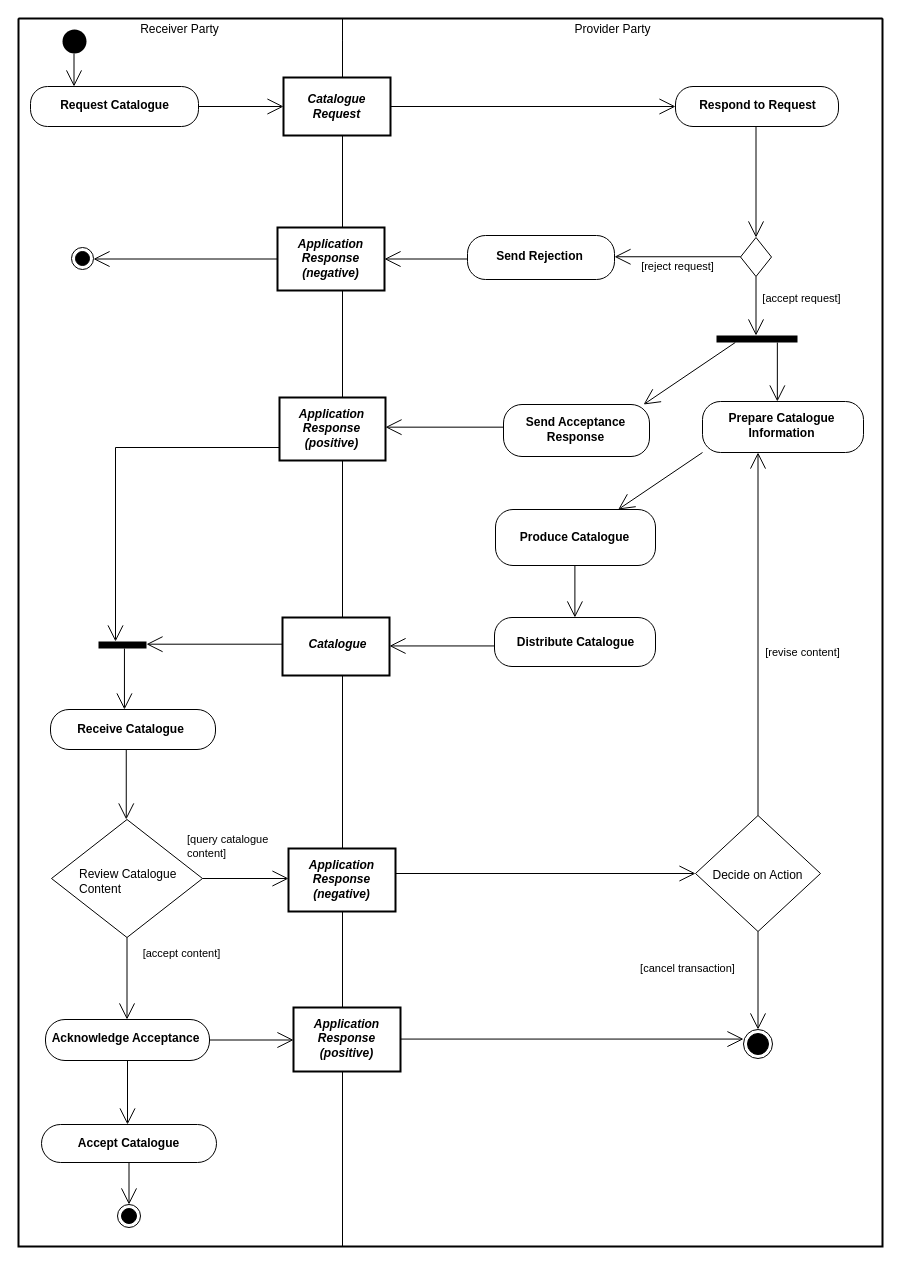
Above: diagrams/UBL-2.0-CreateCatalogueProcess/UBL-2.0-CreateCatalogueProcess.drawio in kduvekot/ubl-work-on-svg-images (draw.io), before the change. Source tidied: cells renumbered, new cells numbered last; positions are measured from the earlier drawing's top-left corner, leaving out a move shared by most shapes. Both pictures are drawn from the tidied source at 100%, with x=0, y=0 at pixel (18, 18).
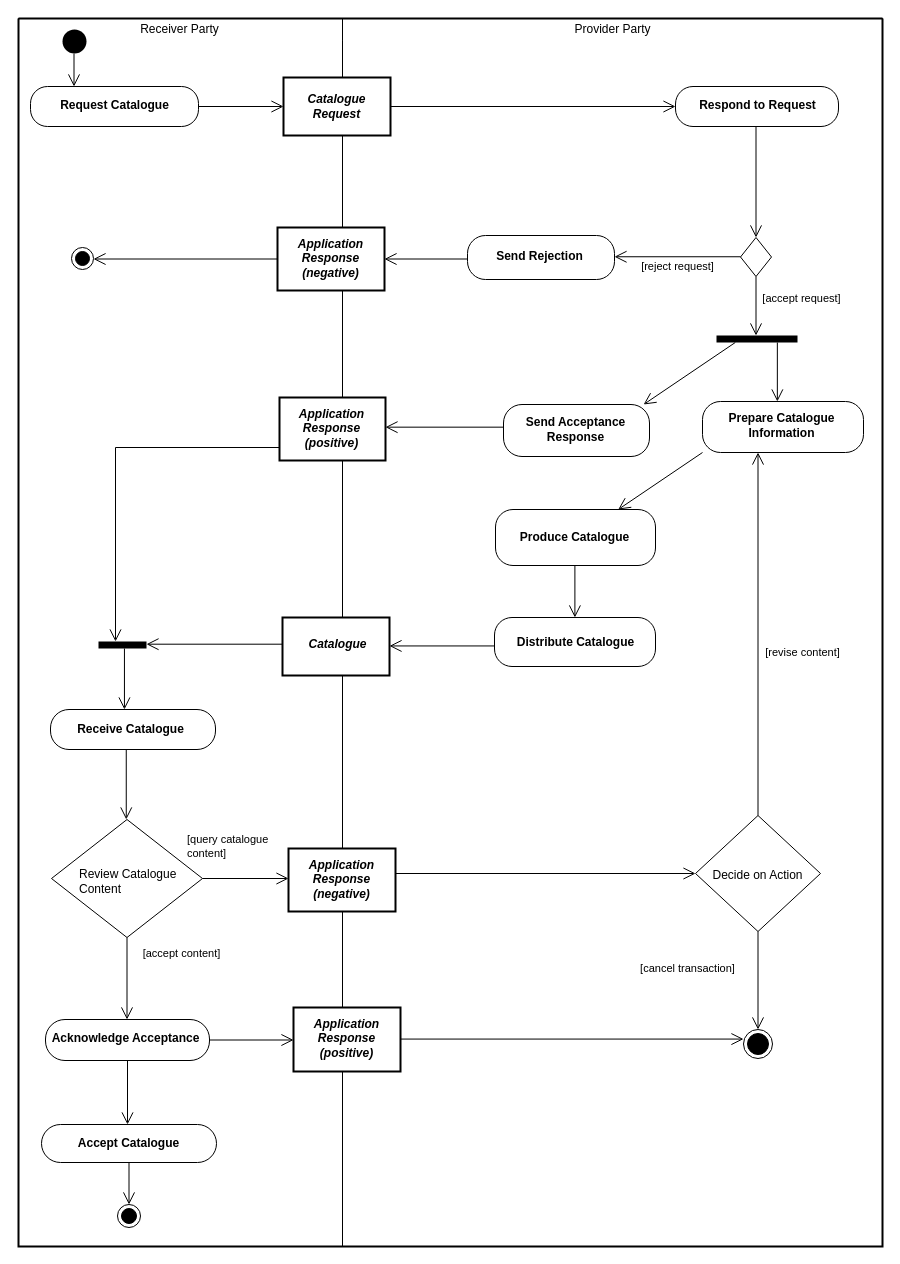
The same diagram, later.

The change refers to these unchanged cells:
```xml
<mxCell id="2" style="swimlane;html=1;startSize=0;whiteSpace=wrap;fillColor=none;strokeWidth=2;" parent="1" vertex="1">
<mxCell id="3" value="Receiver Party" style="swimlane;horizontal=1;startSize=22;swimlaneLine=0;html=1;fillColor=none;fontStyle=0;spacing=0;spacingRight=2;" parent="2" vertex="1">
<mxCell id="4" value="Provider Party" style="swimlane;horizontal=1;startSize=22;swimlaneLine=0;html=1;fillColor=none;fontStyle=0;spacing=0;spacingRight=1;" parent="2" vertex="1">
<mxCell id="5" style="ellipse;shape=startState;fillColor=#000000;strokeColor=none;html=1;" parent="3" vertex="1">
<mxCell id="6" value="Catalogue&lt;br&gt;Request" style="rounded=0;html=1;whiteSpace=nowrap;fontStyle=3;align=center;verticalAlign=middle;spacing=0;spacingRight=1;strokeWidth=2;" parent="4" vertex="1">
<mxCell id="7" value="Request Catalogue" style="rounded=1;absoluteArcSize=1;arcSize=34;html=1;whiteSpace=nowrap;fontStyle=1;align=center;verticalAlign=middle;spacing=0;spacingRight=1;spacingBottom=2;" parent="3" vertex="1">
<mxCell id="8" value="Respond to Request" style="rounded=1;absoluteArcSize=1;arcSize=35;html=1;whiteSpace=nowrap;fontStyle=1;align=center;verticalAlign=middle;spacing=0;spacingBottom=3;" parent="4" vertex="1">
<mxCell id="9" value="Application&lt;br&gt;Response&lt;br&gt;(negative)" style="rounded=0;html=1;whiteSpace=nowrap;fontStyle=3;align=center;verticalAlign=middle;spacing=0;spacingRight=2;spacingBottom=2;strokeWidth=2;" parent="4" vertex="1">
<mxCell id="10" value="Send Rejection" style="rounded=1;absoluteArcSize=1;arcSize=36;html=1;whiteSpace=nowrap;fontStyle=1;align=center;verticalAlign=middle;spacing=0;spacingRight=4;spacingBottom=3;" parent="4" vertex="1">
<mxCell id="11" style="rhombus;html=1;whiteSpace=nowrap;fontStyle=0;align=center;verticalAlign=middle;spacing=0;" parent="4" vertex="1">
<mxCell id="12" style="ellipse;shape=endState;fillColor=#000000;html=1;" parent="3" vertex="1">
<mxCell id="13" style="html=1;points=[[0.2317,1],[0.487654,0],[0.751221,1]];perimeter=orthogonalPerimeter;fillColor=#000000;strokeColor=none;" parent="4" vertex="1">
<mxCell id="14" value="Application&lt;br&gt;Response&lt;br&gt;(positive)" style="rounded=0;html=1;whiteSpace=nowrap;fontStyle=3;align=center;verticalAlign=middle;spacing=0;spacingRight=2;spacingBottom=2;strokeWidth=2;" parent="4" vertex="1">
<mxCell id="15" value="Prepare Catalogue&lt;br&gt;Information" style="rounded=1;absoluteArcSize=1;arcSize=36;html=1;whiteSpace=nowrap;fontStyle=1;align=center;verticalAlign=middle;spacing=0;spacingRight=3;spacingBottom=4;" parent="4" vertex="1">
<mxCell id="16" value="Send Acceptance&lt;br&gt;Response" style="rounded=1;absoluteArcSize=1;arcSize=37;html=1;whiteSpace=nowrap;fontStyle=1;align=center;verticalAlign=middle;spacing=0;spacingRight=3;spacingBottom=3;" parent="4" vertex="1">
<mxCell id="17" value="Produce Catalogue" style="rounded=1;absoluteArcSize=1;arcSize=35;html=1;whiteSpace=nowrap;fontStyle=1;align=center;verticalAlign=middle;spacing=0;spacingRight=2;spacingBottom=1;" parent="4" vertex="1">
<mxCell id="18" value="Distribute Catalogue" style="rounded=1;absoluteArcSize=1;arcSize=35;html=1;whiteSpace=nowrap;fontStyle=1;align=center;verticalAlign=middle;spacing=0;" parent="4" vertex="1">
<mxCell id="19" value="Catalogue" style="rounded=0;html=1;whiteSpace=nowrap;fontStyle=3;align=center;verticalAlign=middle;spacing=0;spacingLeft=3;spacingBottom=5;strokeWidth=2;" parent="4" vertex="1">
<mxCell id="20" style="html=1;points=[[0.354167,0],[0.540344,1],[1,0.3836]];perimeter=orthogonalPerimeter;fillColor=#000000;strokeColor=none;" parent="3" vertex="1">
<mxCell id="21" value="Receive Catalogue" style="rounded=1;absoluteArcSize=1;arcSize=37;html=1;whiteSpace=nowrap;fontStyle=1;align=center;verticalAlign=middle;spacing=0;spacingRight=5;spacingBottom=1;" parent="3" vertex="1">
<mxCell id="22" value="Decide on Action" style="rhombus;html=1;whiteSpace=nowrap;fontStyle=0;align=center;verticalAlign=middle;spacing=0;spacingRight=2;spacingTop=4;" parent="4" vertex="1">
<mxCell id="23" value="Review Catalogue&lt;br&gt;Content" style="rhombus;html=1;whiteSpace=nowrap;fontStyle=0;align=left;verticalAlign=middle;spacing=0;spacingLeft=28;spacingTop=6;" parent="3" vertex="1">
<mxCell id="24" value="Application&lt;br&gt;Response&lt;br&gt;(negative)" style="rounded=0;html=1;whiteSpace=nowrap;fontStyle=3;align=center;verticalAlign=middle;spacing=0;spacingRight=2;spacingBottom=2;strokeWidth=2;" parent="4" vertex="1">
<mxCell id="25" value="Application&lt;br&gt;Response&lt;br&gt;(positive)" style="rounded=0;html=1;whiteSpace=nowrap;fontStyle=3;align=center;verticalAlign=middle;spacing=0;spacingRight=2;spacingBottom=2;strokeWidth=2;" parent="4" vertex="1">
<mxCell id="26" value="Acknowledge Acceptance" style="rounded=1;absoluteArcSize=1;arcSize=39;html=1;whiteSpace=nowrap;fontStyle=1;align=center;verticalAlign=middle;spacing=0;spacingRight=5;spacingBottom=3;" parent="3" vertex="1">
<mxCell id="27" style="ellipse;shape=endState;fillColor=#000000;html=1;" parent="4" vertex="1">
<mxCell id="28" value="Accept Catalogue" style="rounded=1;absoluteArcSize=1;arcSize=39;html=1;whiteSpace=nowrap;fontStyle=1;align=center;verticalAlign=middle;spacing=0;spacingRight=2;spacingBottom=1;" parent="3" vertex="1">
<mxCell id="29" style="ellipse;shape=endState;fillColor=#000000;html=1;" parent="3" vertex="1">
```

Change to the diagram source:
```diff
@@
-    <mxCell id="30" style="edgeStyle=none;rounded=0;html=1;endArrow=open;endFill=0;endSize=14;exitPerimeter=0;entryX=0.2589;entryY=0;entryPerimeter=0;exitX=0.484225;exitY=0.8762;" parent="3" edge="1" source="5" target="7">
+    <mxCell id="30" style="edgeStyle=none;rounded=0;html=1;endArrow=open;endFill=0;endSize=10;exitPerimeter=0;entryX=0.2589;entryY=0;entryPerimeter=0;exitX=0.484225;exitY=0.8762;" parent="3" edge="1" source="5" target="7">
       <mxGeometry relative="1" as="geometry" />
     </mxCell>
-    <mxCell id="31" style="edgeStyle=none;rounded=0;html=1;endArrow=open;endFill=0;endSize=14;exitX=1;exitY=0.5;exitPerimeter=0;entryX=0;entryY=0.5;entryPerimeter=0;" parent="2" edge="1" source="7" target="6">
+    <mxCell id="31" style="edgeStyle=none;rounded=0;html=1;endArrow=open;endFill=0;endSize=10;exitX=1;exitY=0.5;exitPerimeter=0;entryX=0;entryY=0.5;entryPerimeter=0;" parent="2" edge="1" source="7" target="6">
       <mxGeometry relative="1" as="geometry" />
     </mxCell>
-    <mxCell id="32" style="edgeStyle=none;rounded=0;html=1;endArrow=open;endFill=0;endSize=14;exitX=1;exitY=0.5;exitPerimeter=0;entryX=0;entryY=0.5;entryPerimeter=0;" parent="4" edge="1" source="6" target="8">
+    <mxCell id="32" style="edgeStyle=none;rounded=0;html=1;endArrow=open;endFill=0;endSize=10;exitX=1;exitY=0.5;exitPerimeter=0;entryX=0;entryY=0.5;entryPerimeter=0;" parent="4" edge="1" source="6" target="8">
       <mxGeometry relative="1" as="geometry" />
     </mxCell>
-    <mxCell id="33" style="edgeStyle=none;rounded=0;html=1;endArrow=open;endFill=0;endSize=14;exitPerimeter=0;entryX=0.5;entryY=0;entryPerimeter=0;exitX=0.493865;exitY=1;" parent="4" edge="1" source="8" target="11">
+    <mxCell id="33" style="edgeStyle=none;rounded=0;html=1;endArrow=open;endFill=0;endSize=10;exitPerimeter=0;entryX=0.5;entryY=0;entryPerimeter=0;exitX=0.493865;exitY=1;" parent="4" edge="1" source="8" target="11">
       <mxGeometry relative="1" as="geometry" />
     </mxCell>
-    <mxCell id="34" value="[reject request]" style="edgeStyle=none;rounded=0;html=1;endArrow=open;endFill=0;endSize=14;exitPerimeter=0;entryX=1;entryY=0.4831;entryPerimeter=0;fontStyle=0;align=center;verticalAlign=middle;labelBackgroundColor=none;exitX=0;exitY=0.493754;" parent="4" edge="1" source="11" target="10">
+    <mxCell id="34" value="[reject request]" style="edgeStyle=none;rounded=0;html=1;endArrow=open;endFill=0;endSize=10;exitPerimeter=0;entryX=1;entryY=0.4831;entryPerimeter=0;fontStyle=0;align=center;verticalAlign=middle;labelBackgroundColor=none;exitX=0;exitY=0.493754;" parent="4" edge="1" source="11" target="10">
       <mxGeometry relative="1" as="geometry">
         <mxPoint y="10" as="offset" />
       </mxGeometry>
     </mxCell>
-    <mxCell id="35" style="edgeStyle=none;rounded=0;html=1;endArrow=open;endFill=0;endSize=14;exitX=0;exitY=0.5;exitPerimeter=0;entryPerimeter=0;entryX=1;entryY=0.522727;" parent="2" edge="1" source="9" target="12">
+    <mxCell id="35" style="edgeStyle=none;rounded=0;html=1;endArrow=open;endFill=0;endSize=10;exitX=0;exitY=0.5;exitPerimeter=0;entryPerimeter=0;entryX=1;entryY=0.522727;" parent="2" edge="1" source="9" target="12">
       <mxGeometry relative="1" as="geometry" />
     </mxCell>
-    <mxCell id="36" style="edgeStyle=none;rounded=0;html=1;endArrow=open;endFill=0;endSize=14;exitPerimeter=0;entryX=1;entryY=0.5;entryPerimeter=0;exitX=0;exitY=0.534091;" parent="4" edge="1" source="10" target="9">
+    <mxCell id="36" style="edgeStyle=none;rounded=0;html=1;endArrow=open;endFill=0;endSize=10;exitPerimeter=0;entryX=1;entryY=0.5;entryPerimeter=0;exitX=0;exitY=0.534091;" parent="4" edge="1" source="10" target="9">
       <mxGeometry relative="1" as="geometry" />
     </mxCell>
-    <mxCell id="37" value="[accept request]" style="edgeStyle=none;rounded=0;html=1;endArrow=open;endFill=0;endSize=14;exitX=0.5;exitY=1;exitPerimeter=0;entryPerimeter=0;fontStyle=0;align=center;verticalAlign=middle;labelBackgroundColor=none;entryX=0.487654;entryY=0;" parent="4" edge="1" source="11" target="13">
+    <mxCell id="37" value="[accept request]" style="edgeStyle=none;rounded=0;html=1;endArrow=open;endFill=0;endSize=10;exitX=0.5;exitY=1;exitPerimeter=0;entryPerimeter=0;fontStyle=0;align=center;verticalAlign=middle;labelBackgroundColor=none;entryX=0.487654;entryY=0;" parent="4" edge="1" source="11" target="13">
       <mxGeometry x="-0.24" relative="1" as="geometry">
         <mxPoint x="46" as="offset" />
       </mxGeometry>
     </mxCell>
-    <mxCell id="38" style="edgeStyle=none;rounded=0;html=1;endArrow=open;endFill=0;endSize=14;exitX=0.2317;exitY=1;exitPerimeter=0;entryX=0.9596;entryY=0;entryPerimeter=0;" parent="4" edge="1" source="13" target="16">
+    <mxCell id="38" style="edgeStyle=none;rounded=0;html=1;endArrow=open;endFill=0;endSize=10;exitX=0.2317;exitY=1;exitPerimeter=0;entryX=0.9596;entryY=0;entryPerimeter=0;" parent="4" edge="1" source="13" target="16">
       <mxGeometry relative="1" as="geometry" />
     </mxCell>
-    <mxCell id="39" style="edgeStyle=none;rounded=0;html=1;endArrow=open;endFill=0;endSize=14;exitPerimeter=0;entryX=0.4649;entryY=0;entryPerimeter=0;exitX=0.751221;exitY=1;" parent="4" edge="1" source="13" target="15">
+    <mxCell id="39" style="edgeStyle=none;rounded=0;html=1;endArrow=open;endFill=0;endSize=10;exitPerimeter=0;entryX=0.4649;entryY=0;entryPerimeter=0;exitX=0.751221;exitY=1;" parent="4" edge="1" source="13" target="15">
       <mxGeometry relative="1" as="geometry" />
     </mxCell>
-    <mxCell id="40" style="edgeStyle=none;rounded=0;html=1;endArrow=open;endFill=0;endSize=14;exitPerimeter=0;entryX=1;entryY=0.4709;entryPerimeter=0;exitX=0;exitY=0.435898;" parent="4" edge="1" source="16" target="14">
+    <mxCell id="40" style="edgeStyle=none;rounded=0;html=1;endArrow=open;endFill=0;endSize=10;exitPerimeter=0;entryX=1;entryY=0.4709;entryPerimeter=0;exitX=0;exitY=0.435898;" parent="4" edge="1" source="16" target="14">
       <mxGeometry relative="1" as="geometry" />
     </mxCell>
-    <mxCell id="41" style="edgeStyle=orthogonalEdgeStyle;rounded=0;html=1;endArrow=open;endFill=0;endSize=14;exitPerimeter=0;entryPerimeter=0;exitX=0;exitY=0.793651;entryX=0.354167;entryY=0;" parent="2" edge="1" source="14" target="20">
+    <mxCell id="41" style="edgeStyle=orthogonalEdgeStyle;rounded=0;html=1;endArrow=open;endFill=0;endSize=10;exitPerimeter=0;entryPerimeter=0;exitX=0;exitY=0.793651;entryX=0.354167;entryY=0;" parent="2" edge="1" source="14" target="20">
       <mxGeometry relative="1" as="geometry">
         <Array as="points">
           <mxPoint x="97" y="429" />
         </Array>
       </mxGeometry>
     </mxCell>
-    <mxCell id="42" style="edgeStyle=none;rounded=0;html=1;endArrow=open;endFill=0;endSize=14;exitX=0;exitY=1;exitPerimeter=0;entryX=0.7669;entryY=0;entryPerimeter=0;" parent="4" edge="1" source="15" target="17">
+    <mxCell id="42" style="edgeStyle=none;rounded=0;html=1;endArrow=open;endFill=0;endSize=10;exitX=0;exitY=1;exitPerimeter=0;entryX=0.7669;entryY=0;entryPerimeter=0;" parent="4" edge="1" source="15" target="17">
       <mxGeometry relative="1" as="geometry" />
     </mxCell>
-    <mxCell id="43" value="[revise content]" style="edgeStyle=none;rounded=0;html=1;endArrow=open;endFill=0;endSize=14;exitX=0.5;exitY=0;exitPerimeter=0;entryPerimeter=0;fontStyle=0;align=center;verticalAlign=middle;labelBackgroundColor=none;entryX=0.34472;entryY=1;" parent="4" edge="1" source="22" target="15">
+    <mxCell id="43" value="[revise content]" style="edgeStyle=none;rounded=0;html=1;endArrow=open;endFill=0;endSize=10;exitX=0.5;exitY=0;exitPerimeter=0;entryPerimeter=0;fontStyle=0;align=center;verticalAlign=middle;labelBackgroundColor=none;entryX=0.34472;entryY=1;" parent="4" edge="1" source="22" target="15">
       <mxGeometry x="-0.1" relative="1" as="geometry">
         <mxPoint x="45" as="offset" />
       </mxGeometry>
     </mxCell>
-    <mxCell id="44" style="edgeStyle=none;rounded=0;html=1;endArrow=open;endFill=0;endSize=14;exitPerimeter=0;entryX=0.4994;entryY=0;entryPerimeter=0;exitX=0.496271;exitY=1;" parent="4" edge="1" source="17" target="18">
+    <mxCell id="44" style="edgeStyle=none;rounded=0;html=1;endArrow=open;endFill=0;endSize=10;exitPerimeter=0;entryX=0.4994;entryY=0;entryPerimeter=0;exitX=0.496271;exitY=1;" parent="4" edge="1" source="17" target="18">
       <mxGeometry relative="1" as="geometry" />
     </mxCell>
-    <mxCell id="45" style="edgeStyle=none;rounded=0;html=1;endArrow=open;endFill=0;endSize=14;exitPerimeter=0;entryX=1;entryY=0.3836;entryPerimeter=0;exitX=0;exitY=0.46009;" parent="2" edge="1" source="19" target="20">
+    <mxCell id="45" style="edgeStyle=none;rounded=0;html=1;endArrow=open;endFill=0;endSize=10;exitPerimeter=0;entryX=1;entryY=0.3836;entryPerimeter=0;exitX=0;exitY=0.46009;" parent="2" edge="1" source="19" target="20">
       <mxGeometry relative="1" as="geometry" />
     </mxCell>
-    <mxCell id="46" style="edgeStyle=none;rounded=0;html=1;endArrow=open;endFill=0;endSize=14;exitPerimeter=0;entryX=1;entryY=0.4906;entryPerimeter=0;exitX=0;exitY=0.58071;" parent="4" edge="1" source="18" target="19">
+    <mxCell id="46" style="edgeStyle=none;rounded=0;html=1;endArrow=open;endFill=0;endSize=10;exitPerimeter=0;entryX=1;entryY=0.4906;entryPerimeter=0;exitX=0;exitY=0.58071;" parent="4" edge="1" source="18" target="19">
       <mxGeometry relative="1" as="geometry" />
     </mxCell>
-    <mxCell id="47" style="edgeStyle=none;rounded=0;html=1;endArrow=open;endFill=0;endSize=14;exitPerimeter=0;entryX=0.4481;entryY=0;entryPerimeter=0;exitX=0.540344;exitY=1;" parent="3" edge="1" source="20" target="21">
+    <mxCell id="47" style="edgeStyle=none;rounded=0;html=1;endArrow=open;endFill=0;endSize=10;exitPerimeter=0;entryX=0.4481;entryY=0;entryPerimeter=0;exitX=0.540344;exitY=1;" parent="3" edge="1" source="20" target="21">
       <mxGeometry relative="1" as="geometry" />
     </mxCell>
-    <mxCell id="48" style="edgeStyle=none;rounded=0;html=1;endArrow=open;endFill=0;endSize=14;exitPerimeter=0;entryX=0.495;entryY=0;entryPerimeter=0;exitX=0.459061;exitY=1;" parent="3" edge="1" source="21" target="23">
+    <mxCell id="48" style="edgeStyle=none;rounded=0;html=1;endArrow=open;endFill=0;endSize=10;exitPerimeter=0;entryX=0.495;entryY=0;entryPerimeter=0;exitX=0.459061;exitY=1;" parent="3" edge="1" source="21" target="23">
       <mxGeometry relative="1" as="geometry" />
     </mxCell>
-    <mxCell id="49" style="edgeStyle=none;rounded=0;html=1;endArrow=open;endFill=0;endSize=14;exitPerimeter=0;entryX=0;entryY=0.5;entryPerimeter=0;exitX=1;exitY=0.396825;" parent="4" edge="1" source="24" target="22">
+    <mxCell id="49" style="edgeStyle=none;rounded=0;html=1;endArrow=open;endFill=0;endSize=10;exitPerimeter=0;entryX=0;entryY=0.5;entryPerimeter=0;exitX=1;exitY=0.396825;" parent="4" edge="1" source="24" target="22">
       <mxGeometry relative="1" as="geometry" />
     </mxCell>
-    <mxCell id="50" value="[query catalogue&lt;br&gt;content]" style="edgeStyle=none;rounded=0;html=1;endArrow=open;endFill=0;endSize=14;exitX=1;exitY=0.5;exitPerimeter=0;entryPerimeter=0;fontStyle=0;align=left;verticalAlign=middle;labelBackgroundColor=none;entryX=0;entryY=0.47619;" parent="2" edge="1" source="23" target="24">
+    <mxCell id="50" value="[query catalogue&lt;br&gt;content]" style="edgeStyle=none;rounded=0;html=1;endArrow=open;endFill=0;endSize=10;exitX=1;exitY=0.5;exitPerimeter=0;entryPerimeter=0;fontStyle=0;align=left;verticalAlign=middle;labelBackgroundColor=none;entryX=0;entryY=0.47619;" parent="2" edge="1" source="23" target="24">
       <mxGeometry x="-1" relative="1" as="geometry">
         <mxPoint x="-17" y="-32" as="offset" />
       </mxGeometry>
     </mxCell>
-    <mxCell id="51" value="[cancel transaction]" style="edgeStyle=none;rounded=0;html=1;endArrow=open;endFill=0;endSize=14;exitX=0.5;exitY=1;exitPerimeter=0;entryX=0.5;entryY=0;entryPerimeter=0;fontStyle=0;align=center;verticalAlign=middle;labelBackgroundColor=none;" parent="4" edge="1" source="22" target="27">
+    <mxCell id="51" value="[cancel transaction]" style="edgeStyle=none;rounded=0;html=1;endArrow=open;endFill=0;endSize=10;exitX=0.5;exitY=1;exitPerimeter=0;entryX=0.5;entryY=0;entryPerimeter=0;fontStyle=0;align=center;verticalAlign=middle;labelBackgroundColor=none;" parent="4" edge="1" source="22" target="27">
       <mxGeometry x="-0.22" relative="1" as="geometry">
         <mxPoint x="-71" y="-1" as="offset" />
       </mxGeometry>
     </mxCell>
-    <mxCell id="52" value="[accept content]" style="edgeStyle=none;rounded=0;html=1;endArrow=open;endFill=0;endSize=14;exitX=0.5;exitY=1;exitPerimeter=0;entryPerimeter=0;fontStyle=0;align=center;verticalAlign=middle;labelBackgroundColor=none;entryX=0.496951;entryY=0;" parent="3" edge="1" source="23" target="26">
+    <mxCell id="52" value="[accept content]" style="edgeStyle=none;rounded=0;html=1;endArrow=open;endFill=0;endSize=10;exitX=0.5;exitY=1;exitPerimeter=0;entryPerimeter=0;fontStyle=0;align=center;verticalAlign=middle;labelBackgroundColor=none;entryX=0.496951;entryY=0;" parent="3" edge="1" source="23" target="26">
       <mxGeometry x="-0.64" relative="1" as="geometry">
         <mxPoint x="55" y="1" as="offset" />
       </mxGeometry>
     </mxCell>
-    <mxCell id="53" style="edgeStyle=none;rounded=0;html=1;endArrow=open;endFill=0;endSize=14;exitX=1;exitY=0.5;exitPerimeter=0;entryPerimeter=0;entryX=0;entryY=0.507812;" parent="2" edge="1" source="26" target="25">
+    <mxCell id="53" style="edgeStyle=none;rounded=0;html=1;endArrow=open;endFill=0;endSize=10;exitX=1;exitY=0.5;exitPerimeter=0;entryPerimeter=0;entryX=0;entryY=0.507812;" parent="2" edge="1" source="26" target="25">
       <mxGeometry relative="1" as="geometry" />
     </mxCell>
-    <mxCell id="54" style="edgeStyle=none;rounded=0;html=1;endArrow=open;endFill=0;endSize=14;exitPerimeter=0;entryX=0;entryY=0.3299;entryPerimeter=0;exitX=1;exitY=0.493236;" parent="4" edge="1" source="25" target="27">
+    <mxCell id="54" style="edgeStyle=none;rounded=0;html=1;endArrow=open;endFill=0;endSize=10;exitPerimeter=0;entryX=0;entryY=0.3299;entryPerimeter=0;exitX=1;exitY=0.493236;" parent="4" edge="1" source="25" target="27">
       <mxGeometry relative="1" as="geometry" />
     </mxCell>
-    <mxCell id="55" style="edgeStyle=none;rounded=0;html=1;endArrow=open;endFill=0;endSize=14;exitX=0.5;exitY=1;exitPerimeter=0;entryPerimeter=0;entryX=0.491429;entryY=0;" parent="3" edge="1" source="26" target="28">
+    <mxCell id="55" style="edgeStyle=none;rounded=0;html=1;endArrow=open;endFill=0;endSize=10;exitX=0.5;exitY=1;exitPerimeter=0;entryPerimeter=0;entryX=0.491429;entryY=0;" parent="3" edge="1" source="26" target="28">
       <mxGeometry relative="1" as="geometry" />
     </mxCell>
-    <mxCell id="56" style="edgeStyle=none;rounded=0;html=1;endArrow=open;endFill=0;endSize=14;exitX=0.5;exitY=1;exitPerimeter=0;entryPerimeter=0;entryX=0.5;entryY=0;" parent="3" edge="1" source="28" target="29">
+    <mxCell id="56" style="edgeStyle=none;rounded=0;html=1;endArrow=open;endFill=0;endSize=10;exitX=0.5;exitY=1;exitPerimeter=0;entryPerimeter=0;entryX=0.5;entryY=0;" parent="3" edge="1" source="28" target="29">
       <mxGeometry relative="1" as="geometry" />
     </mxCell>
```
